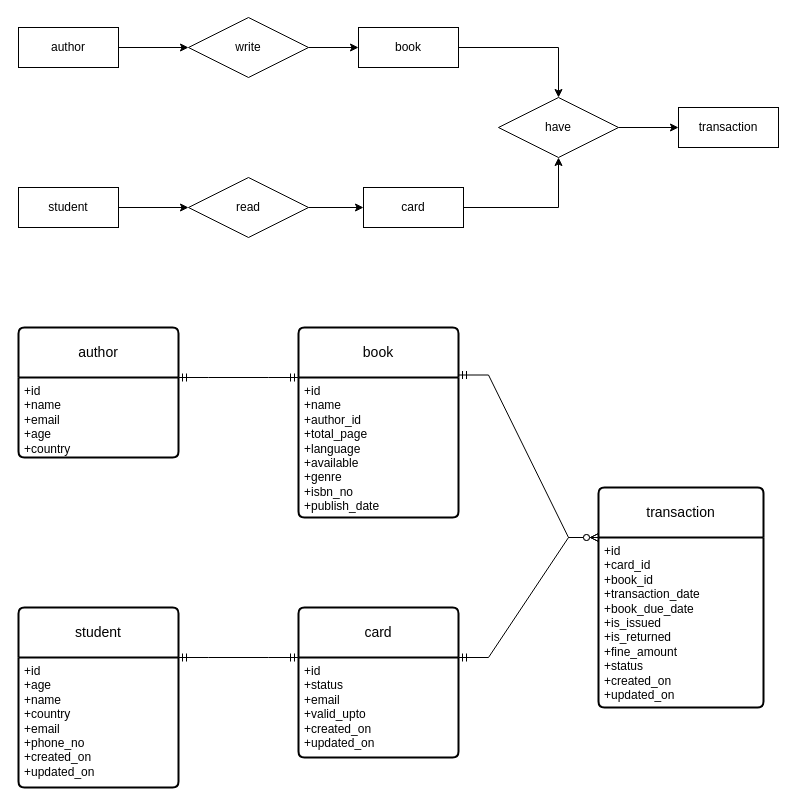
The draw.io diagram jbdl-library-management.drawio in dheerajpoonia29/hibernateJavaMinorProject-libraryManagement, before the edit. Source tidied: cells renumbered, new cells numbered last; positions are measured from the earlier drawing's top-left corner, leaving out a move shared by most shapes. Both pictures are drawn from the tidied source at 100%, with x=0, y=0 at pixel (18, 17).
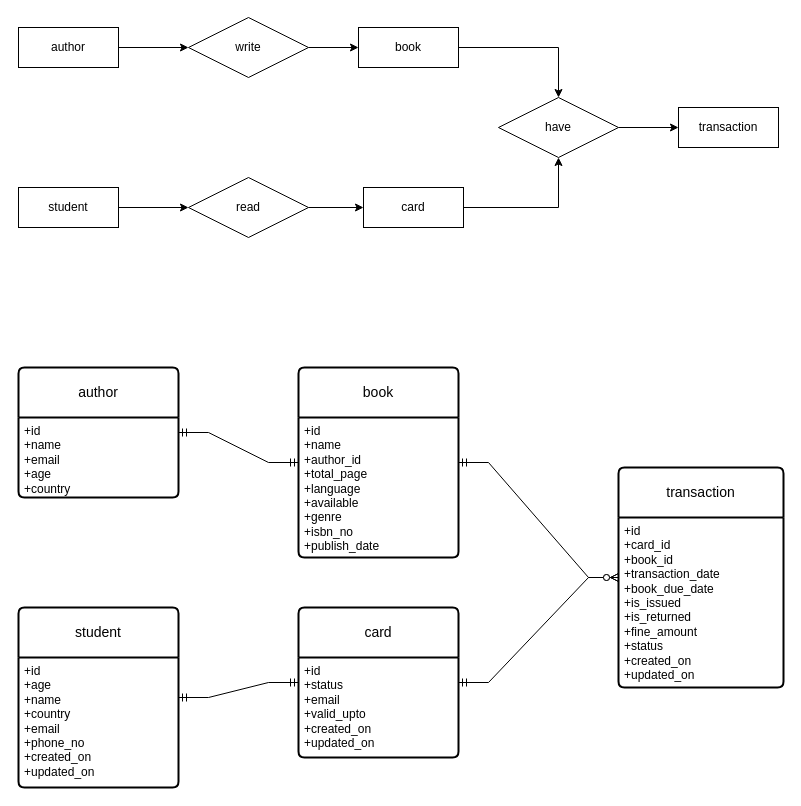
The same diagram, later.

The change refers to these unchanged cells:
```xml
<mxCell id="14" value="+id&lt;br&gt;+name&lt;br&gt;+email&lt;br&gt;+age&lt;br&gt;+country" style="align=left;strokeColor=none;fillColor=none;spacingLeft=4;fontSize=12;verticalAlign=top;html=1;" parent="13" vertex="1">
  <mxGeometry y="50" width="160" height="80" as="geometry" />
</mxCell>
<mxCell id="16" value="+id&lt;br&gt;+name&lt;br&gt;+author_id&lt;br&gt;+total_page&lt;br&gt;+language&lt;br&gt;+available&lt;br&gt;+genre&lt;br&gt;+isbn_no&lt;br&gt;+publish_date" style="align=left;strokeColor=none;fillColor=none;spacingLeft=4;fontSize=12;verticalAlign=top;html=1;" parent="15" vertex="1">
  <mxGeometry y="50" width="160" height="140" as="geometry" />
</mxCell>
<mxCell id="17" value="student" style="swimlane;horizontal=1;startSize=50;rounded=1;fontSize=14;fontStyle=0;strokeWidth=2;shadow=0;dashed=0;align=center;arcSize=4;whiteSpace=wrap;html=1;" parent="1" vertex="1">
  <mxGeometry y="590" width="160" height="180" as="geometry" />
</mxCell>
<mxCell id="18" value="+id&lt;br&gt;+age&lt;br&gt;+name&lt;br&gt;+country&lt;br&gt;+email&lt;br&gt;+phone_no&lt;br&gt;+created_on&lt;br&gt;+updated_on" style="align=left;strokeColor=none;fillColor=none;spacingLeft=4;fontSize=12;verticalAlign=top;html=1;" parent="17" vertex="1">
  <mxGeometry y="50" width="160" height="130" as="geometry" />
</mxCell>
<mxCell id="19" value="card" style="swimlane;horizontal=1;startSize=50;rounded=1;fontSize=14;fontStyle=0;strokeWidth=2;shadow=0;dashed=0;align=center;arcSize=4;whiteSpace=wrap;html=1;" parent="1" vertex="1">
  <mxGeometry x="280" y="590" width="160" height="150" as="geometry" />
</mxCell>
<mxCell id="20" value="+id&lt;br&gt;+status&lt;br&gt;+email&lt;br&gt;+valid_upto&lt;br&gt;+created_on&lt;br&gt;+updated_on" style="align=left;strokeColor=none;fillColor=none;spacingLeft=4;fontSize=12;verticalAlign=top;html=1;" parent="19" vertex="1">
  <mxGeometry y="50" width="160" height="100" as="geometry" />
</mxCell>
<mxCell id="22" value="+id&lt;br&gt;+card_id&lt;br&gt;+book_id&lt;br&gt;+transaction_date&lt;br&gt;+book_due_date&lt;br&gt;+is_issued&lt;br&gt;+is_returned&lt;br&gt;+fine_amount&lt;br&gt;+status&lt;br&gt;+created_on&lt;br&gt;+updated_on" style="align=left;strokeColor=none;fillColor=none;spacingLeft=4;fontSize=12;verticalAlign=top;html=1;" parent="21" vertex="1">
  <mxGeometry y="50" width="165" height="170" as="geometry" />
</mxCell>
```

Change to the diagram source:
```diff
@@
-    <mxCell id="11" style="edgeStyle=entityRelationEdgeStyle;fontSize=12;html=1;endArrow=ERmandOne;startArrow=ERmandOne;rounded=0;entryX=0;entryY=0;entryDx=0;entryDy=0;exitX=1;exitY=0;exitDx=0;exitDy=0;" parent="1" edge="1" source="14" target="16">
+    <mxCell id="11" style="edgeStyle=entityRelationEdgeStyle;fontSize=12;html=1;endArrow=ERmandOne;startArrow=ERmandOne;rounded=0;entryX=0;entryY=0.5;entryDx=0;entryDy=0;exitX=1;exitY=0.5;exitDx=0;exitDy=0;" parent="1" edge="1" source="13" target="15">
       <mxGeometry relative="1" as="geometry" />
     </mxCell>
-    <mxCell id="12" style="edgeStyle=entityRelationEdgeStyle;fontSize=12;html=1;endArrow=ERzeroToMany;startArrow=ERmandOne;rounded=0;exitX=1;exitY=0;exitDx=0;exitDy=0;entryX=0;entryY=0;entryDx=0;entryDy=0;" parent="1" edge="1" source="20" target="22">
+    <mxCell id="12" style="edgeStyle=entityRelationEdgeStyle;fontSize=12;html=1;endArrow=ERzeroToMany;startArrow=ERmandOne;rounded=0;exitX=1;exitY=0.5;exitDx=0;exitDy=0;entryX=0;entryY=0.5;entryDx=0;entryDy=0;" parent="1" edge="1" source="19" target="21">
       <mxGeometry relative="1" as="geometry" />
     </mxCell>
     <mxCell id="13" value="author" style="swimlane;horizontal=1;startSize=50;rounded=1;fontSize=14;fontStyle=0;strokeWidth=2;shadow=0;dashed=0;align=center;arcSize=4;whiteSpace=wrap;html=1;" parent="1" vertex="1">
-      <mxGeometry y="310" width="160" height="130" as="geometry" />
+      <mxGeometry y="350" width="160" height="130" as="geometry" />
     </mxCell>
@@
     <mxCell id="15" value="book" style="swimlane;horizontal=1;startSize=50;rounded=1;fontSize=14;fontStyle=0;strokeWidth=2;shadow=0;dashed=0;align=center;arcSize=4;whiteSpace=wrap;html=1;" parent="1" vertex="1">
-      <mxGeometry x="280" y="310" width="160" height="190" as="geometry" />
+      <mxGeometry x="280" y="350" width="160" height="190" as="geometry" />
     </mxCell>
@@
     <mxCell id="21" value="transaction" style="swimlane;horizontal=1;startSize=50;rounded=1;fontSize=14;fontStyle=0;strokeWidth=2;shadow=0;dashed=0;align=center;arcSize=4;whiteSpace=wrap;html=1;" parent="1" vertex="1">
-      <mxGeometry x="580" y="470" width="165" height="220" as="geometry" />
+      <mxGeometry x="600" y="450" width="165" height="220" as="geometry" />
     </mxCell>
@@
-    <mxCell id="23" style="edgeStyle=entityRelationEdgeStyle;fontSize=12;html=1;endArrow=ERmandOne;startArrow=ERmandOne;rounded=0;exitX=1;exitY=0;exitDx=0;exitDy=0;" parent="1" edge="1" source="18">
-      <mxGeometry relative="1" as="geometry">
-        <mxPoint x="280" y="640" as="targetPoint" />
-      </mxGeometry>
+    <mxCell id="23" style="edgeStyle=entityRelationEdgeStyle;fontSize=12;html=1;endArrow=ERmandOne;startArrow=ERmandOne;rounded=0;exitX=1;exitY=0.5;exitDx=0;exitDy=0;entryX=0;entryY=0.5;entryDx=0;entryDy=0;" parent="1" edge="1" source="17" target="19">
+      <mxGeometry relative="1" as="geometry" />
     </mxCell>
-    <mxCell id="24" style="edgeStyle=entityRelationEdgeStyle;fontSize=12;html=1;endArrow=ERzeroToMany;startArrow=ERmandOne;rounded=0;entryX=0;entryY=0;entryDx=0;entryDy=0;exitX=1;exitY=0.25;exitDx=0;exitDy=0;" parent="1" edge="1" source="15" target="22">
+    <mxCell id="24" style="edgeStyle=entityRelationEdgeStyle;fontSize=12;html=1;endArrow=ERzeroToMany;startArrow=ERmandOne;rounded=0;entryX=0;entryY=0.5;entryDx=0;entryDy=0;exitX=1;exitY=0.5;exitDx=0;exitDy=0;" parent="1" edge="1" source="15" target="21">
       <mxGeometry relative="1" as="geometry" />
     </mxCell>
```
